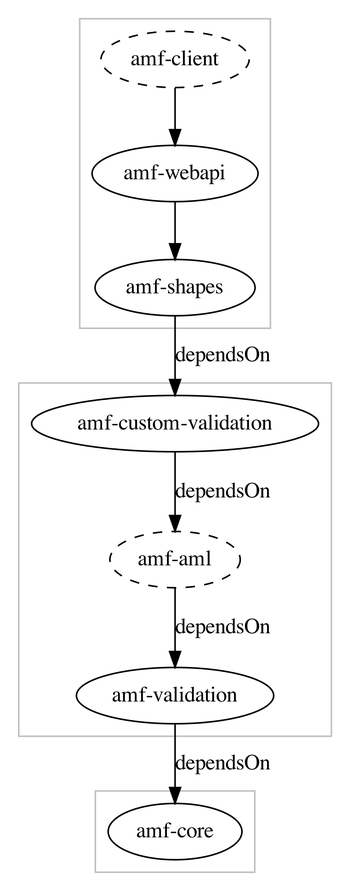
aml-org/amf keeps this Graphviz diagram as amf-ecosystem-modules.png. Above is the earlier version. Its source is kept beside it as amf-ecosystem-modules.dot.
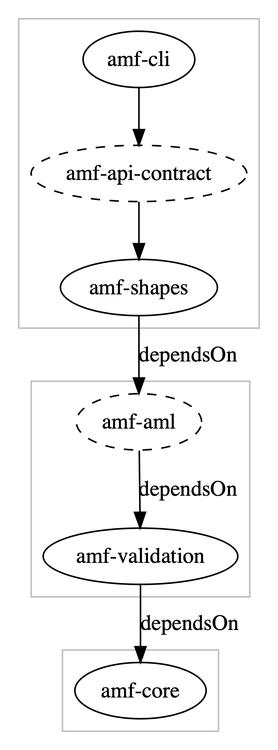
After the change.

Diff of the diagram source:
```diff
@@ -3,13 +3,12 @@
     graph [ dpi = 300 ];
     # modules
     subgraph cluster_0 {
-        "amf-client" [style=dashed]
-	    "amf-webapi"
+        "amf-cli"
+	    "amf-api-contract" [style=dashed]
 	    "amf-shapes"
 	    color=gray
     }
     subgraph cluster_1 {
-        "amf-custom-validation"
     	"amf-aml" [style=dashed]
 	    "amf-validation"
 	    color=gray
@@ -21,6 +20,6 @@
     }
 
 	# dependencies
-	"amf-client" -> "amf-webapi" -> "amf-shapes"
-	"amf-shapes" -> "amf-custom-validation" -> "amf-aml" -> "amf-validation" -> "amf-core" [label="dependsOn"]
+	"amf-cli" -> "amf-api-contract" -> "amf-shapes"
+	"amf-shapes" -> "amf-aml" -> "amf-validation" -> "amf-core" [label="dependsOn"]
 }
```
